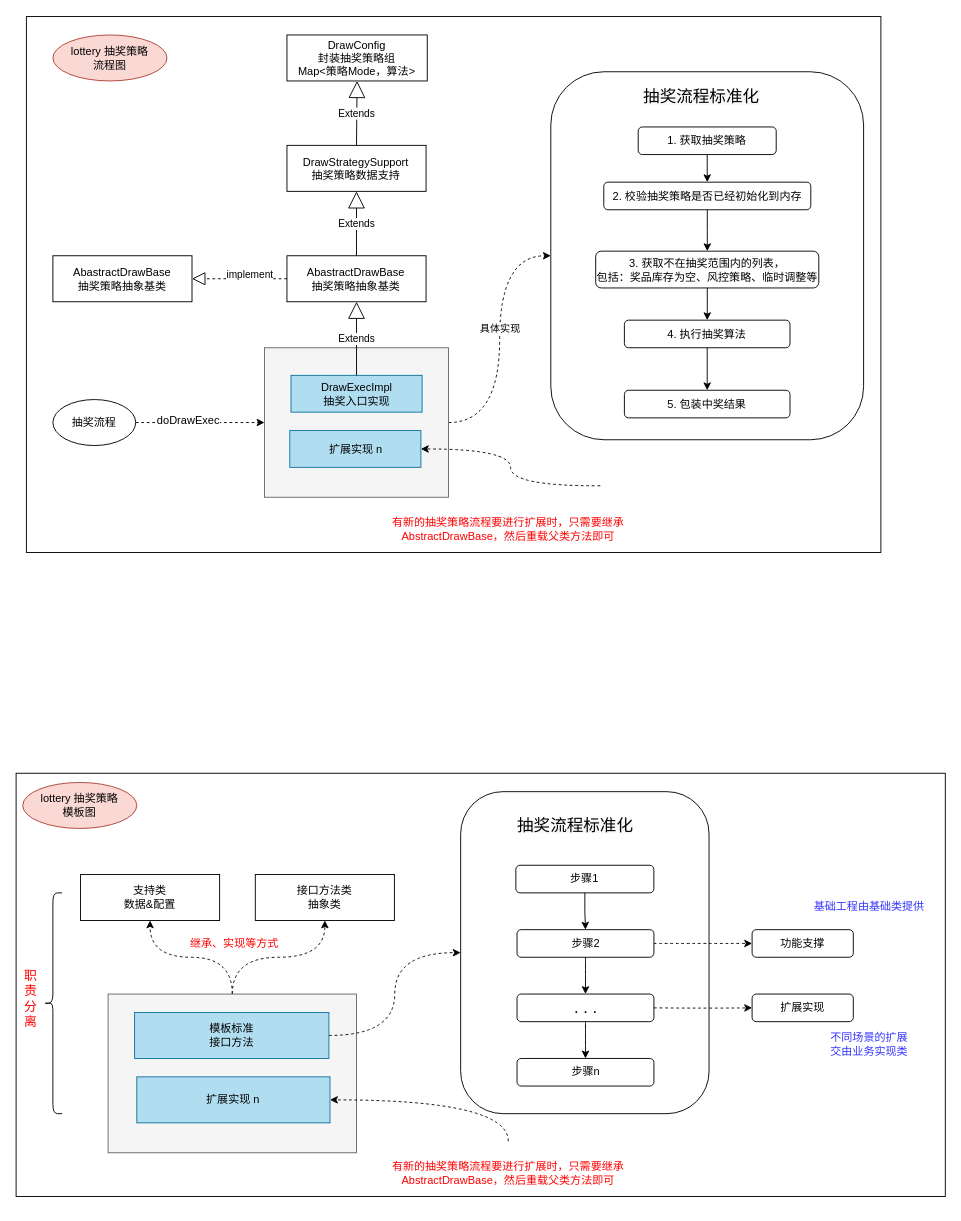
Earlier version of the draw.io diagram page "Page-1" (1 of 2) of docs/笔记/项目笔记/Lottery/流程图/抽奖策略流程图.drawio (HappyBinbin/HappyBinbin.github.io). Source tidied: cells renumbered, new cells numbered last; positions are measured from the earlier drawing's top-left corner, leaving out a move shared by most shapes. Both pictures are drawn from the tidied source at 92%, with x=0, y=0 at pixel (16, 17).
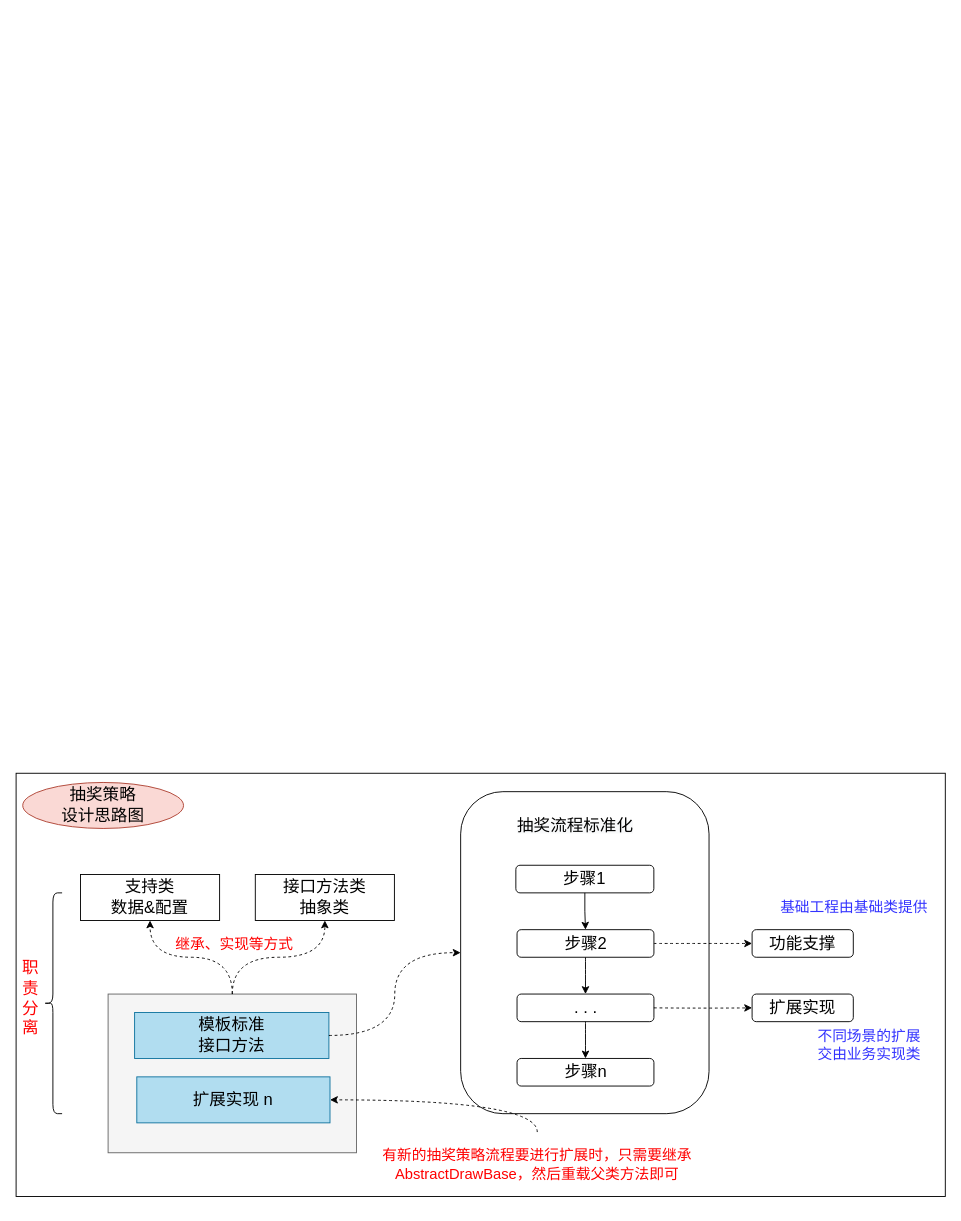
Above is the later version.

The change refers to these unchanged cells:
```xml
<mxCell id="38" style="whiteSpace=wrap;html=1;fillColor=#f5f5f5;strokeColor=#666666;fontColor=#333333;" parent="1" vertex="1">
  <mxGeometry x="100" y="1062" width="270" height="172.5" as="geometry" />
</mxCell>
<mxCell id="54" value="&lt;font style=&quot;font-size: 18px&quot;&gt;. . .&lt;/font&gt;" style="rounded=1;whiteSpace=wrap;html=1;" parent="1" vertex="1">
  <mxGeometry x="544.5" y="1062" width="148.8" height="30" as="geometry" />
</mxCell>
```

Diff of the diagram source:
```diff
@@
-    <mxCell id="2" style="rounded=0;whiteSpace=wrap;html=1;fillColor=none;" parent="1" vertex="1">
-      <mxGeometry x="11.2" y="-0.5" width="928.8" height="582.5" as="geometry" />
-    </mxCell>
-    <mxCell id="3" style="edgeStyle=orthogonalEdgeStyle;rounded=0;jettySize=auto;html=1;dashed=1;" parent="1" edge="1" source="5" target="8">
-      <mxGeometry relative="1" as="geometry" />
-    </mxCell>
-    <mxCell id="4" value="&lt;font style=&quot;font-size: 12px&quot;&gt;doDrawExec&lt;/font&gt;" style="edgeLabel;html=1;align=center;verticalAlign=middle;" parent="3" vertex="1">
-      <mxGeometry x="-0.2" y="2" relative="1" as="geometry" />
-    </mxCell>
-    <mxCell id="5" value="抽奖流程" style="ellipse;whiteSpace=wrap;html=1;" parent="1" vertex="1">
-      <mxGeometry x="40" y="415.8" width="90" height="50" as="geometry" />
-    </mxCell>
-    <mxCell id="6" style="edgeStyle=orthogonalEdgeStyle;rounded=0;jettySize=auto;html=1;entryX=0;entryY=0.5;entryDx=0;entryDy=0;dashed=1;curved=1;" parent="1" edge="1" source="8" target="31">
-      <mxGeometry relative="1" as="geometry" />
-    </mxCell>
-    <mxCell id="7" value="具体实现" style="edgeLabel;html=1;align=center;verticalAlign=middle;" parent="6" vertex="1">
-      <mxGeometry x="0.08" y="1" relative="1" as="geometry">
-        <mxPoint x="1" as="offset" />
-      </mxGeometry>
-    </mxCell>
-    <mxCell id="8" style="whiteSpace=wrap;html=1;fillColor=#f5f5f5;strokeColor=#666666;fontColor=#333333;" parent="1" vertex="1">
-      <mxGeometry x="270" y="359.5" width="200" height="162.5" as="geometry" />
-    </mxCell>
-    <mxCell id="9" value="DrawExecImpl&lt;br&gt;抽奖入口实现" style="rounded=0;whiteSpace=wrap;html=1;fillColor=#b1ddf0;strokeColor=#10739e;" parent="1" vertex="1">
-      <mxGeometry x="298.8" y="389.5" width="142.5" height="40" as="geometry" />
-    </mxCell>
-    <mxCell id="10" value="扩展实现 n" style="rounded=0;whiteSpace=wrap;html=1;fillColor=#b1ddf0;strokeColor=#10739e;" parent="1" vertex="1">
-      <mxGeometry x="297.5" y="449.5" width="142.5" height="40" as="geometry" />
-    </mxCell>
-    <mxCell id="11" value="DrawStrategySupport&lt;br&gt;抽奖策略数据支持" style="rounded=0;whiteSpace=wrap;html=1;" parent="1" vertex="1">
-      <mxGeometry x="294.4" y="139.5" width="151.2" height="50" as="geometry" />
-    </mxCell>
-    <mxCell id="12" value="Extends" style="endArrow=block;endSize=16;endFill=0;html=1;exitX=0.5;exitY=0;exitDx=0;exitDy=0;entryX=0.5;entryY=1;entryDx=0;entryDy=0;" parent="1" edge="1" source="9" target="13">
-      <mxGeometry relative="1" as="geometry" />
-    </mxCell>
-    <mxCell id="13" value="AbastractDrawBase&lt;br&gt;抽奖策略抽象基类" style="rounded=0;whiteSpace=wrap;html=1;" parent="1" vertex="1">
-      <mxGeometry x="294.4" y="259.5" width="151.2" height="50" as="geometry" />
-    </mxCell>
-    <mxCell id="14" value="Extends" style="endArrow=block;endSize=16;endFill=0;html=1;exitX=0.5;exitY=0;exitDx=0;exitDy=0;entryX=0.5;entryY=1;entryDx=0;entryDy=0;" parent="1" edge="1" source="13" target="11">
-      <mxGeometry relative="1" as="geometry" />
-    </mxCell>
-    <mxCell id="15" value="DrawConfig&lt;br&gt;封装抽奖策略组&lt;br&gt;Map&amp;lt;策略Mode，算法&amp;gt;" style="rounded=0;whiteSpace=wrap;html=1;" parent="1" vertex="1">
-      <mxGeometry x="294.4" y="19.5" width="152.5" height="50" as="geometry" />
-    </mxCell>
-    <mxCell id="16" value="Extends" style="endArrow=block;endSize=16;endFill=0;html=1;entryX=0.5;entryY=1;entryDx=0;entryDy=0;exitX=0.5;exitY=0;exitDx=0;exitDy=0;" parent="1" edge="1" source="11" target="15">
-      <mxGeometry relative="1" as="geometry" />
-    </mxCell>
-    <mxCell id="17" value="AbastractDrawBase&lt;br&gt;抽奖策略抽象基类" style="rounded=0;whiteSpace=wrap;html=1;" parent="1" vertex="1">
-      <mxGeometry x="40" y="259.5" width="151.2" height="50" as="geometry" />
-    </mxCell>
-    <mxCell id="18" style="endArrow=block;dashed=1;endFill=0;endSize=12;html=1;entryX=1;entryY=0.5;entryDx=0;entryDy=0;exitX=0;exitY=0.5;exitDx=0;exitDy=0;" parent="1" edge="1" source="13" target="17">
-      <mxGeometry relative="1" as="geometry" />
-    </mxCell>
-    <mxCell id="19" value="implement" style="edgeLabel;html=1;align=center;verticalAlign=middle;" parent="18" vertex="1">
-      <mxGeometry x="-0.2" y="2" relative="1" as="geometry">
-        <mxPoint y="-7" as="offset" />
-      </mxGeometry>
-    </mxCell>
-    <mxCell id="20" style="group;" parent="1" vertex="1">
-      <mxGeometry x="630" y="119.5" width="306.2" height="350" as="geometry" />
-    </mxCell>
-    <mxCell id="21" value="1. 获取抽奖策略" style="rounded=1;whiteSpace=wrap;html=1;" parent="20" vertex="1">
-      <mxGeometry x="46.2" width="150" height="30" as="geometry" />
-    </mxCell>
-    <mxCell id="22" value="2. 校验抽奖策略是否已经初始化到内存" style="rounded=1;whiteSpace=wrap;html=1;" parent="20" vertex="1">
-      <mxGeometry x="8.8" y="60" width="225" height="30" as="geometry" />
-    </mxCell>
-    <mxCell id="23" value="3. 获取不在抽奖范围内的列表，&lt;br&gt;包括：奖品库存为空、风控策略、临时调整等" style="rounded=1;whiteSpace=wrap;html=1;" parent="20" vertex="1">
-      <mxGeometry y="135" width="242.5" height="40" as="geometry" />
-    </mxCell>
-    <mxCell id="24" value="4. 执行抽奖算法" style="rounded=1;whiteSpace=wrap;html=1;" parent="20" vertex="1">
-      <mxGeometry x="31.2" y="210" width="180" height="30" as="geometry" />
-    </mxCell>
-    <mxCell id="25" value="5. 包装中奖结果" style="rounded=1;whiteSpace=wrap;html=1;" parent="20" vertex="1">
-      <mxGeometry x="31.2" y="286.2" width="180" height="30" as="geometry" />
-    </mxCell>
-    <mxCell id="26" style="edgeStyle=orthogonalEdgeStyle;rounded=0;jettySize=auto;html=1;entryX=0.5;entryY=0;entryDx=0;entryDy=0;" parent="20" edge="1" source="21" target="22">
-      <mxGeometry relative="1" as="geometry" />
-    </mxCell>
-    <mxCell id="27" style="edgeStyle=orthogonalEdgeStyle;rounded=0;jettySize=auto;html=1;" parent="20" edge="1" source="22" target="23">
-      <mxGeometry relative="1" as="geometry" />
-    </mxCell>
-    <mxCell id="28" style="edgeStyle=orthogonalEdgeStyle;rounded=0;jettySize=auto;html=1;entryX=0.5;entryY=0;entryDx=0;entryDy=0;" parent="20" edge="1" source="23" target="24">
-      <mxGeometry relative="1" as="geometry" />
-    </mxCell>
-    <mxCell id="29" style="edgeStyle=orthogonalEdgeStyle;rounded=0;jettySize=auto;html=1;entryX=0.5;entryY=0;entryDx=0;entryDy=0;" parent="20" edge="1" source="24" target="25">
-      <mxGeometry relative="1" as="geometry" />
-    </mxCell>
-    <mxCell id="30" value="&lt;span style=&quot;color: rgb(0 , 0 , 0) ; font-family: &amp;#34;helvetica&amp;#34; ; font-style: normal ; font-weight: 400 ; letter-spacing: normal ; text-align: center ; text-indent: 0px ; text-transform: none ; word-spacing: 0px ; background-color: rgb(248 , 249 , 250) ; display: inline ; float: none&quot;&gt;&lt;font style=&quot;font-size: 18px&quot;&gt;抽奖流程标准化&lt;/font&gt;&lt;/span&gt;" style="text;whiteSpace=wrap;html=1;" parent="1" vertex="1">
-      <mxGeometry x="680" y="69.5" width="140" height="30" as="geometry" />
-    </mxCell>
-    <mxCell id="31" style="rounded=1;whiteSpace=wrap;html=1;fillColor=none;arcSize=17;" parent="1" vertex="1">
-      <mxGeometry x="581.2" y="59.5" width="340" height="400" as="geometry" />
-    </mxCell>
-    <mxCell id="32" value="lottery 抽奖策略&lt;br&gt;流程图" style="ellipse;whiteSpace=wrap;html=1;fillColor=#fad9d5;strokeColor=#ae4132;" parent="1" vertex="1">
-      <mxGeometry x="40" y="19.5" width="124" height="50" as="geometry" />
-    </mxCell>
-    <mxCell id="33" style="edgeStyle=orthogonalEdgeStyle;curved=1;rounded=0;jettySize=auto;html=1;exitX=0.5;exitY=0;exitDx=0;exitDy=0;entryX=1;entryY=0.5;entryDx=0;entryDy=0;dashed=1;" parent="1" edge="1" target="10">
-      <mxGeometry relative="1" as="geometry">
-        <mxPoint x="635" y="509.5" as="sourcePoint" />
-      </mxGeometry>
-    </mxCell>
-    <mxCell id="34" value="&lt;font color=&quot;#ff0000&quot;&gt;有新的抽奖策略流程要进行扩展时，只需要继承&lt;br&gt;AbstractDrawBase，然后重载父类方法即可&lt;/font&gt;" style="text;html=1;strokeColor=none;fillColor=none;align=center;verticalAlign=middle;whiteSpace=wrap;rounded=0;" parent="1" vertex="1">
-      <mxGeometry x="400" y="522" width="270" height="70" as="geometry" />
-    </mxCell>
+    <mxCell id="49" style="rounded=1;whiteSpace=wrap;html=1;fillColor=none;arcSize=17;" parent="1" vertex="1">
+      <mxGeometry x="483.2" y="842" width="270" height="350" as="geometry" />
+    </mxCell>
+    <mxCell id="64" style="rounded=0;whiteSpace=wrap;html=1;fillColor=none;" parent="1" vertex="1">
+      <mxGeometry y="822" width="1010" height="460" as="geometry" />
+    </mxCell>
-    <mxCell id="35" value="lottery 抽奖策略&lt;br&gt;模板图" style="ellipse;whiteSpace=wrap;html=1;fillColor=#fad9d5;strokeColor=#ae4132;" parent="1" vertex="1">
-      <mxGeometry x="7.2" y="832" width="124" height="50" as="geometry" />
+    <mxCell id="35" value="&lt;font style=&quot;font-size: 18px&quot;&gt;抽奖策略&lt;br&gt;设计思路图&lt;/font&gt;" style="ellipse;whiteSpace=wrap;html=1;fillColor=#fad9d5;strokeColor=#ae4132;" parent="1" vertex="1">
+      <mxGeometry x="7.2" y="832" width="174.8" height="50" as="geometry" />
     </mxCell>
-    <mxCell id="36" style="edgeStyle=orthogonalEdgeStyle;curved=1;rounded=0;jettySize=auto;html=1;entryX=0.5;entryY=1;entryDx=0;entryDy=0;dashed=1;" parent="1" edge="1" source="38" target="42">
-      <mxGeometry relative="1" as="geometry" />
-    </mxCell>
-    <mxCell id="37" style="edgeStyle=orthogonalEdgeStyle;curved=1;rounded=0;jettySize=auto;html=1;entryX=0.5;entryY=1;entryDx=0;entryDy=0;dashed=1;" parent="1" edge="1" source="38" target="43">
-      <mxGeometry relative="1" as="geometry" />
-    </mxCell>
@@
-    <mxCell id="39" style="edgeStyle=orthogonalEdgeStyle;curved=1;rounded=0;jettySize=auto;html=1;entryX=0;entryY=0.5;entryDx=0;entryDy=0;dashed=1;" parent="1" edge="1" source="40" target="49">
-      <mxGeometry relative="1" as="geometry" />
-    </mxCell>
-    <mxCell id="40" value="模板标准&lt;br&gt;接口方法" style="rounded=0;whiteSpace=wrap;html=1;fillColor=#b1ddf0;strokeColor=#10739e;" parent="1" vertex="1">
+    <mxCell id="40" value="&lt;font style=&quot;font-size: 18px&quot;&gt;模板标准&lt;br&gt;接口方法&lt;/font&gt;" style="rounded=0;whiteSpace=wrap;html=1;fillColor=#b1ddf0;strokeColor=#10739e;" parent="1" vertex="1">
       <mxGeometry x="128.8" y="1082" width="211.2" height="50" as="geometry" />
     </mxCell>
-    <mxCell id="41" value="扩展实现 n" style="rounded=0;whiteSpace=wrap;html=1;fillColor=#b1ddf0;strokeColor=#10739e;" parent="1" vertex="1">
+    <mxCell id="41" value="&lt;font style=&quot;font-size: 18px&quot;&gt;扩展实现 n&lt;/font&gt;" style="rounded=0;whiteSpace=wrap;html=1;fillColor=#b1ddf0;strokeColor=#10739e;" parent="1" vertex="1">
       <mxGeometry x="131.2" y="1152" width="210" height="50" as="geometry" />
     </mxCell>
-    <mxCell id="42" value="支持类&lt;br&gt;数据&amp;amp;配置" style="rounded=0;whiteSpace=wrap;html=1;" parent="1" vertex="1">
+    <mxCell id="42" value="&lt;font style=&quot;font-size: 18px&quot;&gt;支持类&lt;br&gt;数据&amp;amp;配置&lt;/font&gt;" style="rounded=0;whiteSpace=wrap;html=1;" parent="1" vertex="1">
       <mxGeometry x="70" y="932" width="151.2" height="50" as="geometry" />
     </mxCell>
+    <mxCell id="36" style="edgeStyle=orthogonalEdgeStyle;curved=1;rounded=0;jettySize=auto;html=1;entryX=0.5;entryY=1;entryDx=0;entryDy=0;dashed=1;" parent="1" edge="1" source="38" target="42">
+      <mxGeometry x="75" y="868" as="geometry" />
+    </mxCell>
-    <mxCell id="43" value="接口方法类&lt;br&gt;抽象类" style="rounded=0;whiteSpace=wrap;html=1;" parent="1" vertex="1">
+    <mxCell id="43" value="&lt;font style=&quot;font-size: 18px&quot;&gt;接口方法类&lt;br&gt;抽象类&lt;/font&gt;" style="rounded=0;whiteSpace=wrap;html=1;" parent="1" vertex="1">
       <mxGeometry x="260" y="932" width="151.2" height="50" as="geometry" />
     </mxCell>
+    <mxCell id="37" style="edgeStyle=orthogonalEdgeStyle;curved=1;rounded=0;jettySize=auto;html=1;entryX=0.5;entryY=1;entryDx=0;entryDy=0;dashed=1;" parent="1" edge="1" source="38" target="43">
+      <mxGeometry x="75" y="868" as="geometry" />
+    </mxCell>
     <mxCell id="44" style="edgeStyle=orthogonalEdgeStyle;curved=1;rounded=0;jettySize=auto;html=1;exitX=0.5;exitY=0;exitDx=0;exitDy=0;entryX=1;entryY=0.5;entryDx=0;entryDy=0;dashed=1;" parent="1" edge="1" source="45" target="41">
-      <mxGeometry relative="1" as="geometry" />
+      <mxGeometry x="75" y="868" as="geometry" />
     </mxCell>
-    <mxCell id="45" value="&lt;font color=&quot;#ff0000&quot;&gt;有新的抽奖策略流程要进行扩展时，只需要继承&lt;br&gt;AbstractDrawBase，然后重载父类方法即可&lt;/font&gt;" style="text;html=1;align=center;verticalAlign=middle;whiteSpace=wrap;rounded=0;" parent="1" vertex="1">
-      <mxGeometry x="400" y="1222" width="270" height="70" as="geometry" />
+    <mxCell id="45" value="&lt;font color=&quot;#ff0000&quot; style=&quot;font-size: 16px&quot;&gt;有新的抽奖策略流程要进行扩展时，只需要继承&lt;br&gt;AbstractDrawBase，然后重载父类方法即可&lt;/font&gt;" style="text;html=1;align=center;verticalAlign=middle;whiteSpace=wrap;rounded=0;" parent="1" vertex="1">
+      <mxGeometry x="395" y="1212" width="343" height="70" as="geometry" />
     </mxCell>
@@
-    <mxCell id="47" value="&lt;font style=&quot;font-size: 14px&quot; color=&quot;#ff0000&quot;&gt;职责分离&lt;/font&gt;" style="text;html=1;strokeColor=none;fillColor=none;align=center;verticalAlign=middle;whiteSpace=wrap;rounded=0;" parent="1" vertex="1">
+    <mxCell id="47" value="&lt;font style=&quot;font-size: 18px&quot; color=&quot;#ff0000&quot;&gt;职责分离&lt;/font&gt;" style="text;html=1;strokeColor=none;fillColor=none;align=center;verticalAlign=middle;whiteSpace=wrap;rounded=0;" parent="1" vertex="1">
       <mxGeometry x="5.6" y="1002" width="20" height="130" as="geometry" />
     </mxCell>
     <mxCell id="48" value="&lt;span style=&quot;color: rgb(0 , 0 , 0) ; font-family: &amp;#34;helvetica&amp;#34; ; font-style: normal ; font-weight: 400 ; letter-spacing: normal ; text-align: center ; text-indent: 0px ; text-transform: none ; word-spacing: 0px ; background-color: rgb(248 , 249 , 250) ; display: inline ; float: none&quot;&gt;&lt;font style=&quot;font-size: 18px&quot;&gt;抽奖流程标准化&lt;/font&gt;&lt;/span&gt;" style="text;whiteSpace=wrap;html=1;" parent="1" vertex="1">
-      <mxGeometry x="543.2" y="862" width="140" height="30" as="geometry" />
+      <mxGeometry x="543.2" y="862" width="149.8" height="30" as="geometry" />
     </mxCell>
-    <mxCell id="49" style="rounded=1;whiteSpace=wrap;html=1;fillColor=none;arcSize=17;" parent="1" vertex="1">
-      <mxGeometry x="483.2" y="842" width="270" height="350" as="geometry" />
-    </mxCell>
+    <mxCell id="39" style="edgeStyle=orthogonalEdgeStyle;curved=1;rounded=0;jettySize=auto;html=1;entryX=0;entryY=0.5;entryDx=0;entryDy=0;dashed=1;" parent="1" edge="1" source="40" target="49">
+      <mxGeometry x="75" y="868" as="geometry" />
+    </mxCell>
-    <mxCell id="50" value="步骤1" style="rounded=1;whiteSpace=wrap;html=1;" parent="1" vertex="1">
+    <mxCell id="50" value="&lt;font style=&quot;font-size: 18px&quot;&gt;步骤1&lt;/font&gt;" style="rounded=1;whiteSpace=wrap;html=1;" parent="1" vertex="1">
       <mxGeometry x="543.2" y="922" width="150" height="30" as="geometry" />
     </mxCell>
-    <mxCell id="51" style="edgeStyle=orthogonalEdgeStyle;curved=1;rounded=0;jettySize=auto;html=1;dashed=1;entryX=0;entryY=0.5;entryDx=0;entryDy=0;" parent="1" edge="1" source="52" target="58">
-      <mxGeometry relative="1" as="geometry" />
-    </mxCell>
-    <mxCell id="52" value="步骤2" style="rounded=1;whiteSpace=wrap;html=1;" parent="1" vertex="1">
+    <mxCell id="52" value="&lt;font style=&quot;font-size: 18px&quot;&gt;步骤2&lt;/font&gt;" style="rounded=1;whiteSpace=wrap;html=1;" parent="1" vertex="1">
       <mxGeometry x="544.5" y="992" width="148.8" height="30" as="geometry" />
     </mxCell>
     <mxCell id="53" style="edgeStyle=orthogonalEdgeStyle;rounded=0;jettySize=auto;html=1;entryX=0.5;entryY=0;entryDx=0;entryDy=0;" parent="1" edge="1" source="50" target="52">
-      <mxGeometry x="577" y="760" as="geometry" />
+      <mxGeometry x="572" y="968" as="geometry" />
     </mxCell>
@@
     <mxCell id="55" style="edgeStyle=orthogonalEdgeStyle;curved=1;rounded=0;jettySize=auto;html=1;entryX=0.5;entryY=0;entryDx=0;entryDy=0;" parent="1" edge="1" source="52" target="54">
-      <mxGeometry x="557" y="670" as="geometry" />
+      <mxGeometry x="552" y="878" as="geometry" />
     </mxCell>
-    <mxCell id="56" value="&lt;font style=&quot;font-size: 12px&quot;&gt;步骤n&lt;/font&gt;" style="rounded=1;whiteSpace=wrap;html=1;" parent="1" vertex="1">
+    <mxCell id="56" value="&lt;font style=&quot;font-size: 18px&quot;&gt;步骤n&lt;/font&gt;" style="rounded=1;whiteSpace=wrap;html=1;" parent="1" vertex="1">
       <mxGeometry x="544.5" y="1132" width="148.8" height="30" as="geometry" />
     </mxCell>
     <mxCell id="57" style="edgeStyle=orthogonalEdgeStyle;curved=1;rounded=0;jettySize=auto;html=1;entryX=0.5;entryY=0;entryDx=0;entryDy=0;" parent="1" edge="1" source="54" target="56">
-      <mxGeometry x="557" y="670" as="geometry" />
+      <mxGeometry x="552" y="878" as="geometry" />
     </mxCell>
-    <mxCell id="58" value="功能支撑" style="rounded=1;whiteSpace=wrap;html=1;" parent="1" vertex="1">
+    <mxCell id="58" value="&lt;font style=&quot;font-size: 18px&quot;&gt;功能支撑&lt;/font&gt;" style="rounded=1;whiteSpace=wrap;html=1;" parent="1" vertex="1">
       <mxGeometry x="800" y="992" width="110" height="30" as="geometry" />
     </mxCell>
+    <mxCell id="51" style="edgeStyle=orthogonalEdgeStyle;curved=1;rounded=0;jettySize=auto;html=1;dashed=1;entryX=0;entryY=0.5;entryDx=0;entryDy=0;" parent="1" edge="1" source="52" target="58">
+      <mxGeometry x="75" y="868" as="geometry" />
+    </mxCell>
     <mxCell id="59" style="edgeStyle=orthogonalEdgeStyle;curved=1;rounded=0;jettySize=auto;html=1;dashed=1;entryX=0;entryY=0.5;entryDx=0;entryDy=0;" parent="1" edge="1" target="60">
-      <mxGeometry relative="1" as="geometry">
+      <mxGeometry x="75" y="868" as="geometry">
         <mxPoint x="693.2" y="1077" as="sourcePoint" />
       </mxGeometry>
     </mxCell>
-    <mxCell id="60" value="扩展实现" style="rounded=1;whiteSpace=wrap;html=1;" parent="1" vertex="1">
+    <mxCell id="60" value="&lt;font style=&quot;font-size: 18px&quot;&gt;扩展实现&lt;/font&gt;" style="rounded=1;whiteSpace=wrap;html=1;" parent="1" vertex="1">
       <mxGeometry x="800" y="1062" width="110" height="30" as="geometry" />
     </mxCell>
-    <mxCell id="61" value="&lt;font color=&quot;#3333ff&quot;&gt;基础工程由基础类提供&lt;/font&gt;" style="text;html=1;strokeColor=none;fillColor=none;align=center;verticalAlign=middle;whiteSpace=wrap;rounded=0;" parent="1" vertex="1">
-      <mxGeometry x="860" y="952" width="135" height="30" as="geometry" />
+    <mxCell id="61" value="&lt;font color=&quot;#3333ff&quot; style=&quot;font-size: 16px&quot;&gt;基础工程由基础类提供&lt;/font&gt;" style="text;html=1;strokeColor=none;fillColor=none;align=center;verticalAlign=middle;whiteSpace=wrap;rounded=0;" parent="1" vertex="1">
+      <mxGeometry x="827" y="952" width="168" height="30" as="geometry" />
     </mxCell>
-    <mxCell id="62" value="&lt;font color=&quot;#3333ff&quot;&gt;不同场景的扩展&lt;br&gt;交由业务实现类&lt;/font&gt;" style="text;html=1;strokeColor=none;fillColor=none;align=center;verticalAlign=middle;whiteSpace=wrap;rounded=0;" parent="1" vertex="1">
+    <mxCell id="62" value="&lt;font color=&quot;#3333ff&quot; style=&quot;font-size: 16px&quot;&gt;不同场景的扩展&lt;br&gt;交由业务实现类&lt;/font&gt;" style="text;html=1;strokeColor=none;fillColor=none;align=center;verticalAlign=middle;whiteSpace=wrap;rounded=0;" parent="1" vertex="1">
       <mxGeometry x="860" y="1102" width="135" height="30" as="geometry" />
     </mxCell>
-    <mxCell id="63" value="&lt;font color=&quot;#ff0000&quot;&gt;继承、实现等方式&lt;/font&gt;" style="text;html=1;strokeColor=none;fillColor=none;align=center;verticalAlign=middle;whiteSpace=wrap;rounded=0;" parent="1" vertex="1">
+    <mxCell id="63" value="&lt;font color=&quot;#ff0000&quot;&gt;继承、实现等方式&lt;/font&gt;" style="text;html=1;strokeColor=none;fillColor=none;align=center;verticalAlign=middle;whiteSpace=wrap;rounded=0;fontSize=16;" parent="1" vertex="1">
       <mxGeometry x="170" y="992" width="135" height="30" as="geometry" />
     </mxCell>
-    <mxCell id="64" style="rounded=0;whiteSpace=wrap;html=1;fillColor=none;" parent="1" vertex="1">
-      <mxGeometry y="822" width="1010" height="460" as="geometry" />
-    </mxCell>
```
